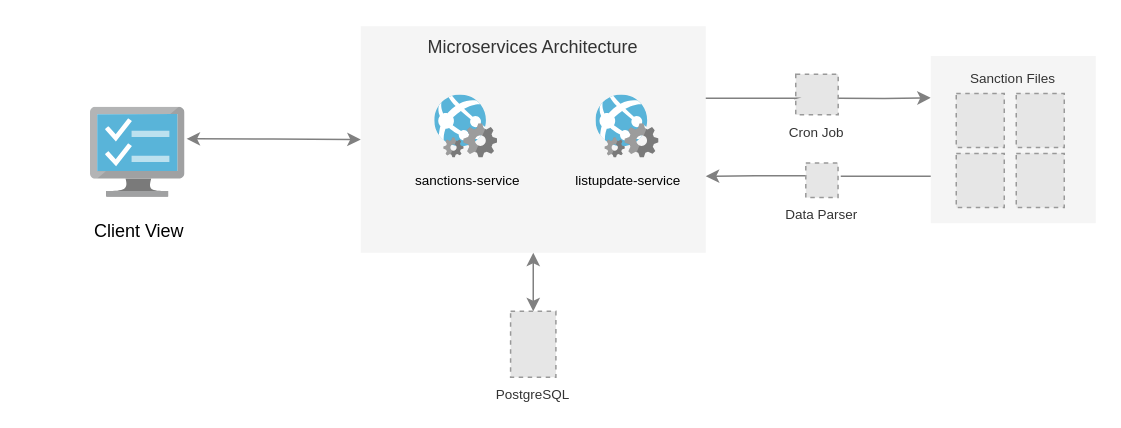
The draw.io diagram Diagramme sans nom.drawio in Natsukki/Graph, before the edit. Source tidied: cells renumbered, new cells numbered last; positions are measured from the earlier drawing's top-left corner, leaving out a move shared by most shapes. Both pictures are drawn from the tidied source at 150%, with x=0, y=0 at pixel (90, 26). Pictures stored in the file or linked from it are replaced by grey dashed boxes.
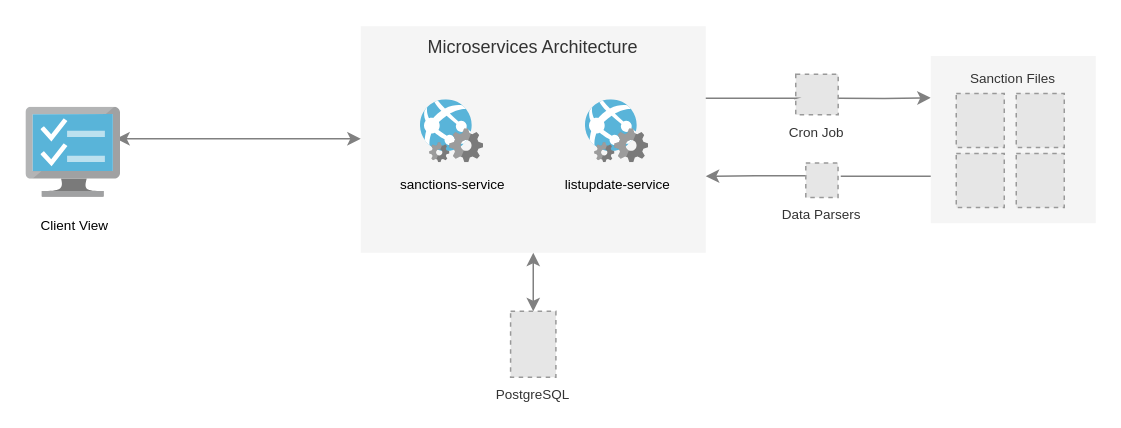
The same page after the edit.

Commit message:
Mettre à jour Diagramme sans nom.drawio

The change refers to these unchanged cells:
```xml
<mxCell id="4" value="Microservices Architecture" style="rounded=0;whiteSpace=wrap;html=1;fillColor=#f5f5f5;strokeColor=none;fontColor=#333333;verticalAlign=top;" parent="1" vertex="1">
  <mxGeometry x="180" width="230" height="151" as="geometry" />
</mxCell>
```

The edit, as a diff of the source:
```diff
@@
     <mxCell id="5" value="&lt;font style=&quot;font-size: 9px;&quot;&gt;listupdate-service&lt;/font&gt;" style="html=1;perimeter=none;align=center;shadow=0;dashed=0;image;fontSize=12;image=img/lib/mscae/WebApp_WebJobs.svg;labelBackgroundColor=none;" parent="1" vertex="1">
-      <mxGeometry x="337" y="46" width="42" height="42" as="geometry" />
+      <mxGeometry x="330" y="49.2" width="42" height="42" as="geometry" />
     </mxCell>
-    <mxCell id="6" style="edgeStyle=orthogonalEdgeStyle;rounded=0;jettySize=auto;html=1;strokeColor=#808080;fontColor=#333333;startArrow=classic;startFill=1;endArrow=classic;endFill=1;exitX=1.014;exitY=0.348;exitDx=0;exitDy=0;exitPerimeter=0;" parent="1" edge="1" source="7" target="4">
-      <mxGeometry relative="1" as="geometry" />
+    <mxCell id="6" style="edgeStyle=orthogonalEdgeStyle;rounded=0;jettySize=auto;html=1;strokeColor=#808080;fontColor=#333333;startArrow=classic;startFill=1;endArrow=classic;endFill=1;" parent="1" edge="1" target="4">
+      <mxGeometry relative="1" as="geometry">
+        <mxPoint x="17" y="75" as="sourcePoint" />
+      </mxGeometry>
     </mxCell>
-    <mxCell id="7" value="&lt;p style=&quot;line-height: 0.8;&quot;&gt;&lt;span style=&quot;background-color: rgb(255, 255, 255);&quot;&gt;Client View&lt;/span&gt;&lt;/p&gt;" style="html=1;perimeter=none;align=center;shadow=0;dashed=0;image;fontSize=12;image=img/lib/mscae/TaskVM.svg;" parent="1" vertex="1">
-      <mxGeometry y="54.2" width="63" height="60" as="geometry" />
+    <mxCell id="7" value="&lt;p style=&quot;line-height: 0.8; font-size: 9px;&quot;&gt;&lt;span style=&quot;background-color: rgb(255, 255, 255);&quot;&gt;Client View&lt;/span&gt;&lt;/p&gt;" style="html=1;perimeter=none;align=center;shadow=0;dashed=0;image;fontSize=12;image=img/lib/mscae/TaskVM.svg;" parent="1" vertex="1">
+      <mxGeometry x="-43" y="54.2" width="63" height="60" as="geometry" />
     </mxCell>
@@
-    <mxCell id="19" value="Data Parser" style="fillColor=#E6E6E6;strokeColor=#999999;dashed=1;verticalLabelPosition=bottom;labelBackgroundColor=#ffffff;verticalAlign=top;fontColor=#333333;fontSize=9;" parent="1" vertex="1">
+    <mxCell id="19" value="Data Parsers" style="fillColor=#E6E6E6;strokeColor=#999999;dashed=1;verticalLabelPosition=bottom;labelBackgroundColor=#ffffff;verticalAlign=top;fontColor=#333333;fontSize=9;" parent="1" vertex="1">
       <mxGeometry x="476.7" y="91.2" width="21.5" height="23" as="geometry" />
     </mxCell>
@@
     <mxCell id="21" value="&lt;font style=&quot;font-size: 9px;&quot;&gt;sanctions-service&lt;/font&gt;" style="html=1;perimeter=none;align=center;shadow=0;dashed=0;image;fontSize=12;image=img/lib/mscae/WebApp_WebJobs.svg;labelBackgroundColor=none;" parent="1" vertex="1">
-      <mxGeometry x="229.5" y="46" width="42" height="42" as="geometry" />
+      <mxGeometry x="220" y="49.2" width="42" height="42" as="geometry" />
     </mxCell>
```
